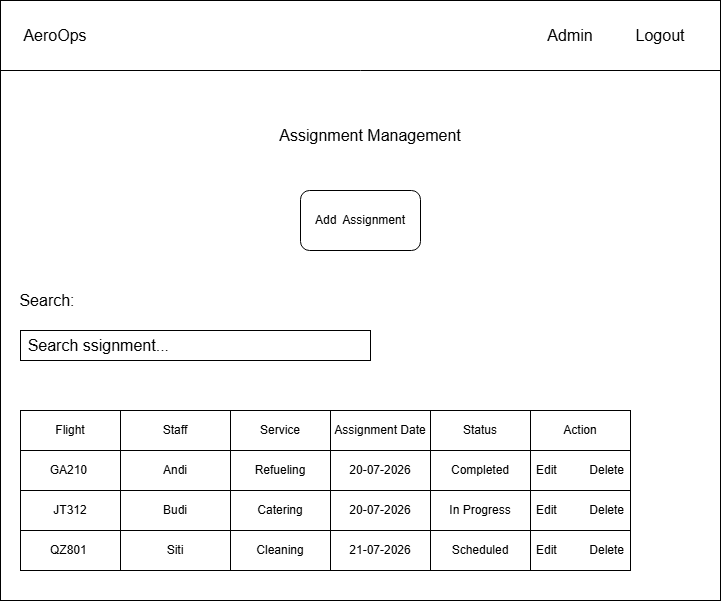
The draw.io diagram docs/assets/images/assignment-wireframe.png in Boejang09/AeroOps, before a commit. Source tidied: cells renumbered, new cells last; positions are measured from the earlier drawing's top-left corner, leaving out a move shared by most shapes. The source it was exported from:
```xml
<mxGraphModel>
  <root>
    <mxCell id="0" />
    <mxCell id="1" parent="0" />
    <mxCell id="2" style="rounded=0;whiteSpace=wrap;html=1;" parent="1" vertex="1">
      <mxGeometry width="720" height="600" as="geometry" />
    </mxCell>
    <mxCell id="3" style="shape=partialRectangle;whiteSpace=wrap;html=1;bottom=1;right=1;left=1;top=0;fillColor=none;routingCenterX=-0.5;" parent="1" vertex="1">
      <mxGeometry y="10" width="720" height="60" as="geometry" />
    </mxCell>
    <mxCell id="4" value="AeroOps" style="text;html=1;whiteSpace=wrap;strokeColor=none;fillColor=none;align=center;verticalAlign=middle;rounded=0;fontSize=16;" parent="1" vertex="1">
      <mxGeometry x="10" y="20" width="90" height="30" as="geometry" />
    </mxCell>
    <mxCell id="5" value="Admin" style="text;html=1;whiteSpace=wrap;strokeColor=none;fillColor=none;align=center;verticalAlign=middle;rounded=0;fontSize=16;" parent="1" vertex="1">
      <mxGeometry x="540" y="20" width="60" height="30" as="geometry" />
    </mxCell>
    <mxCell id="6" value="Logout" style="text;html=1;whiteSpace=wrap;strokeColor=none;fillColor=none;align=center;verticalAlign=middle;rounded=0;fontSize=16;" parent="1" vertex="1">
      <mxGeometry x="630" y="20" width="60" height="30" as="geometry" />
    </mxCell>
    <mxCell id="7" value="&amp;nbsp; Assignment&amp;nbsp;Management" style="text;html=1;whiteSpace=wrap;strokeColor=none;fillColor=none;align=center;verticalAlign=middle;rounded=0;fontSize=16;" parent="1" vertex="1">
      <mxGeometry x="280" y="110" width="180" height="30" as="geometry" />
    </mxCell>
    <mxCell id="8" value="Search:" style="text;html=1;whiteSpace=wrap;strokeColor=none;fillColor=none;align=center;verticalAlign=middle;rounded=0;fontSize=16;" parent="1" vertex="1">
      <mxGeometry x="12" y="285" width="70" height="30" as="geometry" />
    </mxCell>
    <mxCell id="9" style="rounded=0;whiteSpace=wrap;html=1;" parent="1" vertex="1">
      <mxGeometry x="20" y="410" width="610" height="160" as="geometry" />
    </mxCell>
    <mxCell id="10" value="&amp;nbsp;Flight&amp;nbsp;" style="rounded=0;whiteSpace=wrap;html=1;" parent="1" vertex="1">
      <mxGeometry x="20" y="410" width="100" height="40" as="geometry" />
    </mxCell>
    <mxCell id="11" value="Staff" style="rounded=0;whiteSpace=wrap;html=1;" parent="1" vertex="1">
      <mxGeometry x="120" y="410" width="110" height="40" as="geometry" />
    </mxCell>
    <mxCell id="12" value="Service" style="rounded=0;whiteSpace=wrap;html=1;" parent="1" vertex="1">
      <mxGeometry x="230" y="410" width="100" height="40" as="geometry" />
    </mxCell>
    <mxCell id="13" value="Status" style="rounded=0;whiteSpace=wrap;html=1;" parent="1" vertex="1">
      <mxGeometry x="430" y="410" width="100" height="40" as="geometry" />
    </mxCell>
    <mxCell id="14" value="GA210&amp;nbsp;" style="rounded=0;whiteSpace=wrap;html=1;" parent="1" vertex="1">
      <mxGeometry x="20" y="450" width="100" height="40" as="geometry" />
    </mxCell>
    <mxCell id="15" value="JT312" style="rounded=0;whiteSpace=wrap;html=1;" parent="1" vertex="1">
      <mxGeometry x="20" y="490" width="100" height="40" as="geometry" />
    </mxCell>
    <mxCell id="16" value="Andi" style="rounded=0;whiteSpace=wrap;html=1;" parent="1" vertex="1">
      <mxGeometry x="120" y="450" width="110" height="40" as="geometry" />
    </mxCell>
    <mxCell id="17" value="Refueling" style="rounded=0;whiteSpace=wrap;html=1;" parent="1" vertex="1">
      <mxGeometry x="230" y="450" width="100" height="40" as="geometry" />
    </mxCell>
    <mxCell id="18" value="Budi" style="rounded=0;whiteSpace=wrap;html=1;" parent="1" vertex="1">
      <mxGeometry x="120" y="490" width="110" height="40" as="geometry" />
    </mxCell>
    <mxCell id="19" value="Catering" style="rounded=0;whiteSpace=wrap;html=1;" parent="1" vertex="1">
      <mxGeometry x="230" y="490" width="100" height="40" as="geometry" />
    </mxCell>
    <mxCell id="20" value="Add&amp;nbsp;&amp;nbsp;Assignment" style="rounded=1;whiteSpace=wrap;html=1;" parent="1" vertex="1">
      <mxGeometry x="300" y="190" width="120" height="60" as="geometry" />
    </mxCell>
    <mxCell id="21" style="rounded=0;whiteSpace=wrap;html=1;" parent="1" vertex="1">
      <mxGeometry x="20" y="330" width="350" height="30" as="geometry" />
    </mxCell>
    <mxCell id="22" value="Search ssignment...&amp;nbsp; &amp;nbsp;" style="text;html=1;whiteSpace=wrap;strokeColor=none;fillColor=none;align=center;verticalAlign=middle;rounded=0;fontSize=16;" parent="1" vertex="1">
      <mxGeometry y="330" width="210" height="30" as="geometry" />
    </mxCell>
    <mxCell id="23" value="QZ801&amp;nbsp;" style="rounded=0;whiteSpace=wrap;html=1;" parent="1" vertex="1">
      <mxGeometry x="20" y="530" width="100" height="40" as="geometry" />
    </mxCell>
    <mxCell id="24" value="Siti" style="rounded=0;whiteSpace=wrap;html=1;" parent="1" vertex="1">
      <mxGeometry x="120" y="530" width="110" height="40" as="geometry" />
    </mxCell>
    <mxCell id="25" value="Cleaning" style="rounded=0;whiteSpace=wrap;html=1;" parent="1" vertex="1">
      <mxGeometry x="230" y="530" width="100" height="40" as="geometry" />
    </mxCell>
    <mxCell id="26" value="Action" style="rounded=0;whiteSpace=wrap;html=1;" parent="1" vertex="1">
      <mxGeometry x="530" y="410" width="100" height="40" as="geometry" />
    </mxCell>
    <mxCell id="27" value="Completed" style="rounded=0;whiteSpace=wrap;html=1;" parent="1" vertex="1">
      <mxGeometry x="430" y="450" width="100" height="40" as="geometry" />
    </mxCell>
    <mxCell id="28" value="In Progress" style="rounded=0;whiteSpace=wrap;html=1;" parent="1" vertex="1">
      <mxGeometry x="430" y="490" width="100" height="40" as="geometry" />
    </mxCell>
    <mxCell id="29" value="Scheduled" style="rounded=0;whiteSpace=wrap;html=1;" parent="1" vertex="1">
      <mxGeometry x="430" y="530" width="100" height="40" as="geometry" />
    </mxCell>
    <mxCell id="30" value="Edit&lt;span style=&quot;white-space: pre;&quot;&gt;&#9;&lt;/span&gt;&lt;span style=&quot;white-space: pre;&quot;&gt;&#9;&lt;/span&gt;Delete" style="rounded=0;whiteSpace=wrap;html=1;" parent="1" vertex="1">
      <mxGeometry x="530" y="450" width="100" height="40" as="geometry" />
    </mxCell>
    <mxCell id="31" value="Edit&lt;span style=&quot;white-space: pre;&quot;&gt;&#9;&lt;/span&gt;&lt;span style=&quot;white-space: pre;&quot;&gt;&#9;&lt;/span&gt;Delete" style="rounded=0;whiteSpace=wrap;html=1;" parent="1" vertex="1">
      <mxGeometry x="530" y="490" width="100" height="40" as="geometry" />
    </mxCell>
    <mxCell id="32" value="Edit&lt;span style=&quot;white-space: pre;&quot;&gt;&#9;&lt;/span&gt;&lt;span style=&quot;white-space: pre;&quot;&gt;&#9;&lt;/span&gt;Delete" style="rounded=0;whiteSpace=wrap;html=1;" parent="1" vertex="1">
      <mxGeometry x="530" y="530" width="100" height="40" as="geometry" />
    </mxCell>
    <mxCell id="33" value="Assignment Date" style="rounded=0;whiteSpace=wrap;html=1;" parent="1" vertex="1">
      <mxGeometry x="330" y="410" width="100" height="40" as="geometry" />
    </mxCell>
    <mxCell id="34" value="20-07-2026" style="rounded=0;whiteSpace=wrap;html=1;" parent="1" vertex="1">
      <mxGeometry x="330" y="450" width="100" height="40" as="geometry" />
    </mxCell>
    <mxCell id="35" value="20-07-2026" style="rounded=0;whiteSpace=wrap;html=1;" parent="1" vertex="1">
      <mxGeometry x="330" y="490" width="100" height="40" as="geometry" />
    </mxCell>
    <mxCell id="36" value="21-07-2026" style="rounded=0;whiteSpace=wrap;html=1;" parent="1" vertex="1">
      <mxGeometry x="330" y="530" width="100" height="40" as="geometry" />
    </mxCell>
  </root>
</mxGraphModel>
```
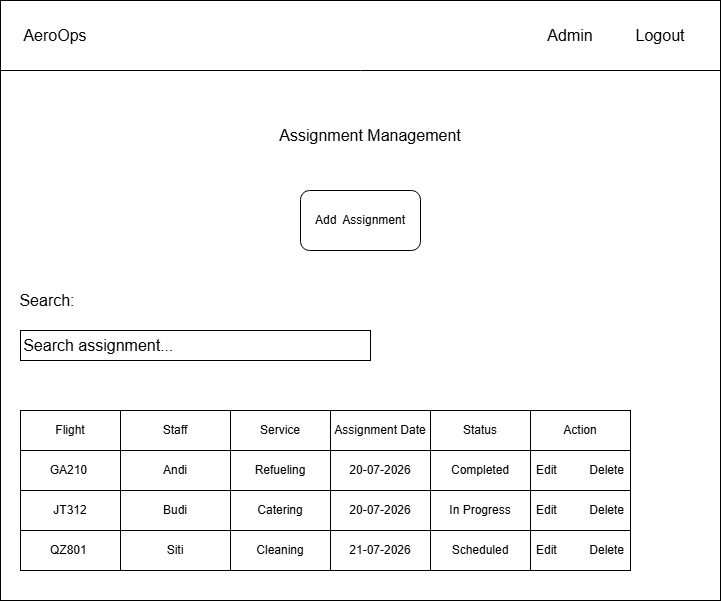
The same diagram one commit later.

Commit message:
docs: fix assignment wireframe typo

Diff of the diagram source:
```diff
@@ -62,7 +62,7 @@
     <mxCell id="21" style="rounded=0;whiteSpace=wrap;html=1;" parent="1" vertex="1">
       <mxGeometry x="20" y="330" width="350" height="30" as="geometry" />
     </mxCell>
-    <mxCell id="22" value="Search ssignment...&amp;nbsp; &amp;nbsp;" style="text;html=1;whiteSpace=wrap;strokeColor=none;fillColor=none;align=center;verticalAlign=middle;rounded=0;fontSize=16;" parent="1" vertex="1">
+    <mxCell id="22" value="Search assignment...&amp;nbsp; &amp;nbsp;" style="text;html=1;whiteSpace=wrap;strokeColor=none;fillColor=none;align=center;verticalAlign=middle;rounded=0;fontSize=16;" parent="1" vertex="1">
       <mxGeometry y="330" width="210" height="30" as="geometry" />
     </mxCell>
     <mxCell id="23" value="QZ801&amp;nbsp;" style="rounded=0;whiteSpace=wrap;html=1;" parent="1" vertex="1">
```
